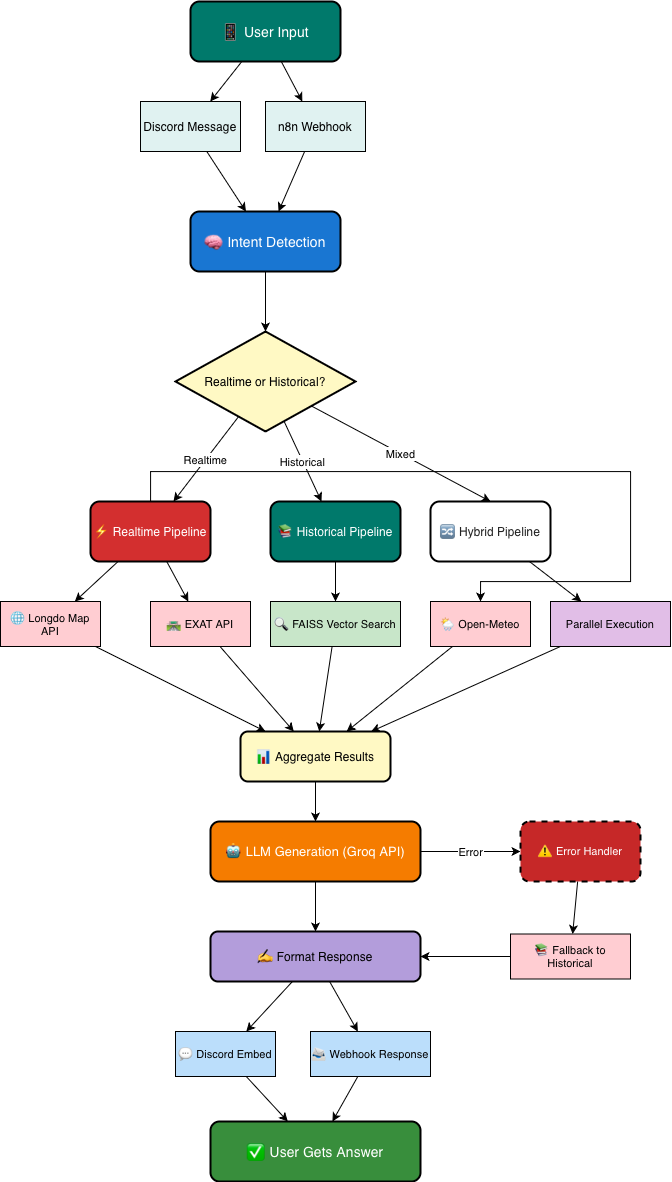
Before: assets/workflow-diagram.png, a diagram exported from draw.io (CryptozDev/roadbot-ai). Source tidied: cells renumbered, new cells last; positions are measured from the earlier drawing's top-left corner, leaving out a move shared by most shapes.
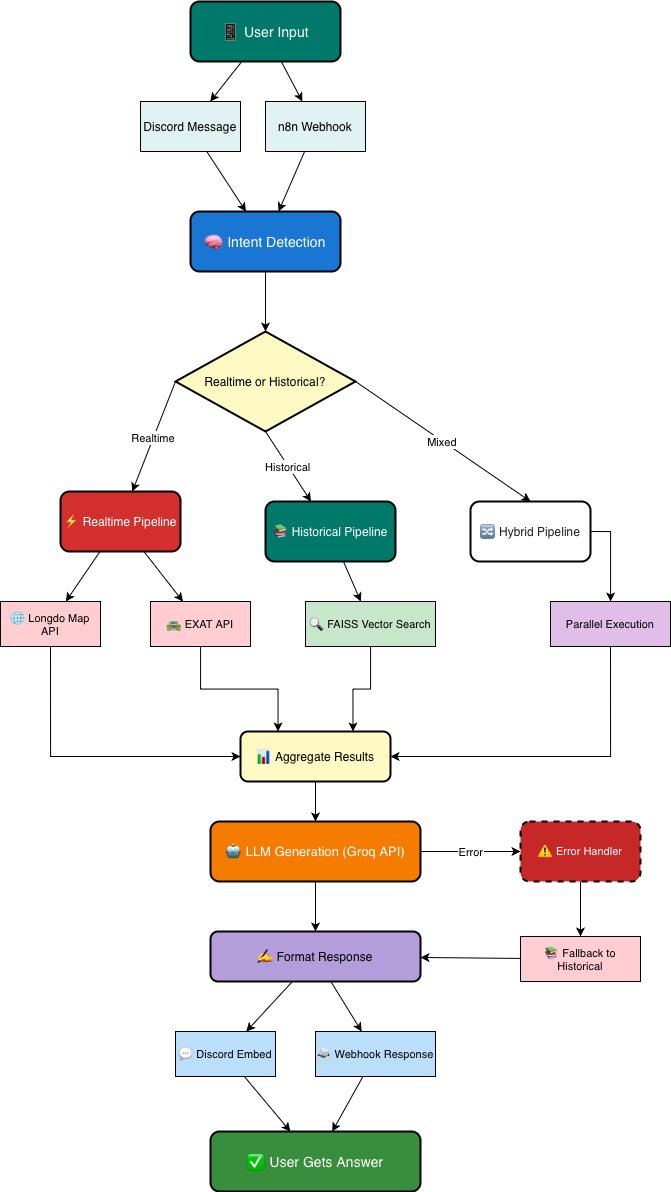
The same file after the commit.

Commit message:
Edit Workflow Diagram

Change to the diagram source:
```diff
@@ -32,31 +32,28 @@
     <mxCell id="11" parent="1" edge="1" source="7" target="10">
       <mxGeometry relative="1" as="geometry" />
     </mxCell>
-    <mxCell id="12" style="edgeStyle=orthogonalEdgeStyle;rounded=0;jettySize=auto;html=1;entryX=0.5;entryY=0;entryDx=0;entryDy=0;" parent="1" edge="1" source="13" target="17">
-      <mxGeometry relative="1" as="geometry">
-        <Array as="points">
-          <mxPoint x="150" y="470" />
-          <mxPoint x="630" y="470" />
-          <mxPoint x="630" y="580" />
-          <mxPoint x="480" y="580" />
-        </Array>
-      </mxGeometry>
-    </mxCell>
     <mxCell id="13" value="⚡ Realtime Pipeline" style="rounded=1;whiteSpace=wrap;html=1;fontSize=12;fontColor=#fff;fillColor=#D32F2F;strokeWidth=2;" parent="1" vertex="1">
-      <mxGeometry x="90" y="500" width="120" height="60" as="geometry" />
+      <mxGeometry x="60" y="490" width="120" height="60" as="geometry" />
     </mxCell>
-    <mxCell id="14" value="Realtime" parent="1" edge="1" source="10" target="13">
+    <mxCell id="14" value="Realtime" style="exitX=0;exitY=0.5;exitDx=0;exitDy=0;" parent="1" edge="1" source="10" target="13">
       <mxGeometry relative="1" as="geometry" />
     </mxCell>
+    <mxCell id="29" style="edgeStyle=orthogonalEdgeStyle;rounded=0;jettySize=auto;html=1;entryX=0;entryY=0.5;entryDx=0;entryDy=0;exitX=0.5;exitY=1;exitDx=0;exitDy=0;" parent="1" edge="1" source="15" target="28">
+      <mxGeometry relative="1" as="geometry">
+        <Array as="points">
+          <mxPoint x="50" y="755" />
+        </Array>
+      </mxGeometry>
+    </mxCell>
     <mxCell id="15" value="🌐 Longdo Map API" style="shape=box;whiteSpace=wrap;html=1;fontSize=11;fillColor=#FFCDD2;strokeWidth=1;" parent="1" vertex="1">
       <mxGeometry y="600" width="100" height="45" as="geometry" />
     </mxCell>
+    <mxCell id="30" style="edgeStyle=orthogonalEdgeStyle;rounded=0;jettySize=auto;html=1;entryX=0.25;entryY=0;entryDx=0;entryDy=0;" parent="1" edge="1" source="16" target="28">
+      <mxGeometry relative="1" as="geometry" />
+    </mxCell>
     <mxCell id="16" value="🛣️ EXAT API" style="shape=box;whiteSpace=wrap;html=1;fontSize=11;fillColor=#FFCDD2;strokeWidth=1;" parent="1" vertex="1">
       <mxGeometry x="150" y="600" width="100" height="45" as="geometry" />
     </mxCell>
-    <mxCell id="17" value="🌦️ Open-Meteo" style="shape=box;whiteSpace=wrap;html=1;fontSize=11;fillColor=#FFCDD2;strokeWidth=1;" parent="1" vertex="1">
-      <mxGeometry x="430" y="600" width="100" height="45" as="geometry" />
-    </mxCell>
     <mxCell id="18" parent="1" edge="1" source="13" target="15">
       <mxGeometry relative="1" as="geometry" />
     </mxCell>
@@ -64,47 +61,38 @@
       <mxGeometry relative="1" as="geometry" />
     </mxCell>
     <mxCell id="20" value="📚 Historical Pipeline" style="rounded=1;whiteSpace=wrap;html=1;fontSize=12;fontColor=#fff;fillColor=#00796B;strokeWidth=2;" parent="1" vertex="1">
-      <mxGeometry x="270" y="500" width="130" height="60" as="geometry" />
+      <mxGeometry x="265" y="500" width="130" height="60" as="geometry" />
     </mxCell>
-    <mxCell id="21" value="Historical" parent="1" edge="1" source="10" target="20">
+    <mxCell id="21" value="Historical" style="exitX=0.5;exitY=1;exitDx=0;exitDy=0;" parent="1" edge="1" source="10" target="20">
       <mxGeometry relative="1" as="geometry" />
     </mxCell>
+    <mxCell id="32" style="edgeStyle=orthogonalEdgeStyle;rounded=0;jettySize=auto;html=1;entryX=0.75;entryY=0;entryDx=0;entryDy=0;" parent="1" edge="1" source="22" target="28">
+      <mxGeometry relative="1" as="geometry" />
+    </mxCell>
     <mxCell id="22" value="🔍 FAISS Vector Search" style="shape=box;whiteSpace=wrap;html=1;fontSize=11;fillColor=#C8E6C9;strokeWidth=1;" parent="1" vertex="1">
-      <mxGeometry x="270" y="600" width="130" height="45" as="geometry" />
+      <mxGeometry x="305" y="600" width="130" height="45" as="geometry" />
     </mxCell>
     <mxCell id="23" parent="1" edge="1" source="20" target="22">
       <mxGeometry relative="1" as="geometry" />
     </mxCell>
+    <mxCell id="27" style="edgeStyle=orthogonalEdgeStyle;rounded=0;jettySize=auto;html=1;exitX=1;exitY=0.5;exitDx=0;exitDy=0;" parent="1" edge="1" source="24" target="26">
+      <mxGeometry relative="1" as="geometry" />
+    </mxCell>
     <mxCell id="24" value="&lt;span style=&quot;color: rgb(34, 34, 34);&quot;&gt;🔀 Hybrid Pipeline&lt;/span&gt;" style="rounded=1;whiteSpace=wrap;html=1;fontSize=12;fontColor=#fff;fillColor:#7B1FA2;strokeWidth=2;" parent="1" vertex="1">
-      <mxGeometry x="430" y="500" width="120" height="60" as="geometry" />
+      <mxGeometry x="470" y="500" width="120" height="60" as="geometry" />
     </mxCell>
-    <mxCell id="25" value="Mixed" style="entryX=0.5;entryY=0;entryDx=0;entryDy=0;" parent="1" edge="1" source="10" target="24">
+    <mxCell id="25" value="Mixed" style="entryX=0.5;entryY=0;entryDx=0;entryDy=0;exitX=1;exitY=0.5;exitDx=0;exitDy=0;" parent="1" edge="1" source="10" target="24">
       <mxGeometry relative="1" as="geometry" />
     </mxCell>
+    <mxCell id="33" style="edgeStyle=orthogonalEdgeStyle;rounded=0;jettySize=auto;html=1;entryX=1;entryY=0.5;entryDx=0;entryDy=0;exitX=0.5;exitY=1;exitDx=0;exitDy=0;" parent="1" edge="1" source="26" target="28">
+      <mxGeometry relative="1" as="geometry" />
+    </mxCell>
     <mxCell id="26" value="Parallel Execution" style="shape=box;whiteSpace=wrap;html=1;fontSize=11;fillColor=#E1BEE7;strokeWidth=1;" parent="1" vertex="1">
       <mxGeometry x="550" y="600" width="120" height="45" as="geometry" />
     </mxCell>
-    <mxCell id="27" parent="1" edge="1" source="24" target="26">
-      <mxGeometry relative="1" as="geometry" />
-    </mxCell>
     <mxCell id="28" value="📊 Aggregate Results" style="rounded=1;whiteSpace=wrap;html=1;fontSize=12;fillColor=#FFF9C4;strokeWidth=2;" parent="1" vertex="1">
       <mxGeometry x="240" y="730" width="150" height="50" as="geometry" />
     </mxCell>
-    <mxCell id="29" parent="1" edge="1" source="15" target="28">
-      <mxGeometry relative="1" as="geometry" />
-    </mxCell>
-    <mxCell id="30" parent="1" edge="1" source="16" target="28">
-      <mxGeometry relative="1" as="geometry" />
-    </mxCell>
-    <mxCell id="31" parent="1" edge="1" source="17" target="28">
-      <mxGeometry relative="1" as="geometry" />
-    </mxCell>
-    <mxCell id="32" parent="1" edge="1" source="22" target="28">
-      <mxGeometry relative="1" as="geometry" />
-    </mxCell>
-    <mxCell id="33" parent="1" edge="1" source="26" target="28">
-      <mxGeometry relative="1" as="geometry" />
-    </mxCell>
     <mxCell id="34" value="🤖 LLM Generation (Groq API)" style="rounded=1;whiteSpace=wrap;html=1;fontSize=13;fontColor=#fff;fillColor=#F57C00;strokeWidth=2;" parent="1" vertex="1">
       <mxGeometry x="210" y="820" width="210" height="60" as="geometry" />
     </mxCell>
@@ -121,7 +109,7 @@
       <mxGeometry x="175" y="1030" width="100" height="45" as="geometry" />
     </mxCell>
     <mxCell id="39" value="📨 Webhook Response" style="shape=box;whiteSpace=wrap;html=1;fontSize=11;fillColor=#BBDEFB;strokeWidth=1;" parent="1" vertex="1">
-      <mxGeometry x="310" y="1030" width="120" height="45" as="geometry" />
+      <mxGeometry x="315" y="1030" width="120" height="45" as="geometry" />
     </mxCell>
     <mxCell id="40" parent="1" edge="1" source="36" target="38">
       <mxGeometry relative="1" as="geometry" />
@@ -130,7 +118,7 @@
       <mxGeometry relative="1" as="geometry" />
     </mxCell>
     <mxCell id="42" value="✅ User Gets Answer" style="rounded=1;whiteSpace=wrap;html=1;fontSize=14;fontColor=#fff;fillColor=#388E3C;strokeWidth=2;" parent="1" vertex="1">
-      <mxGeometry x="210" y="1120" width="210" height="60" as="geometry" />
+      <mxGeometry x="210" y="1130" width="210" height="60" as="geometry" />
     </mxCell>
     <mxCell id="43" parent="1" edge="1" source="38" target="42">
       <mxGeometry relative="1" as="geometry" />
@@ -145,7 +133,7 @@
       <mxGeometry relative="1" as="geometry" />
     </mxCell>
     <mxCell id="47" value="📚 Fallback to Historical" style="shape=box;whiteSpace=wrap;html=1;fontSize=11;fillColor=#FFCDD2;strokeWidth=1;" parent="1" vertex="1">
-      <mxGeometry x="510" y="932.5" width="120" height="45" as="geometry" />
+      <mxGeometry x="520" y="935" width="120" height="45" as="geometry" />
     </mxCell>
     <mxCell id="48" parent="1" edge="1" source="45" target="47">
       <mxGeometry relative="1" as="geometry" />
```
